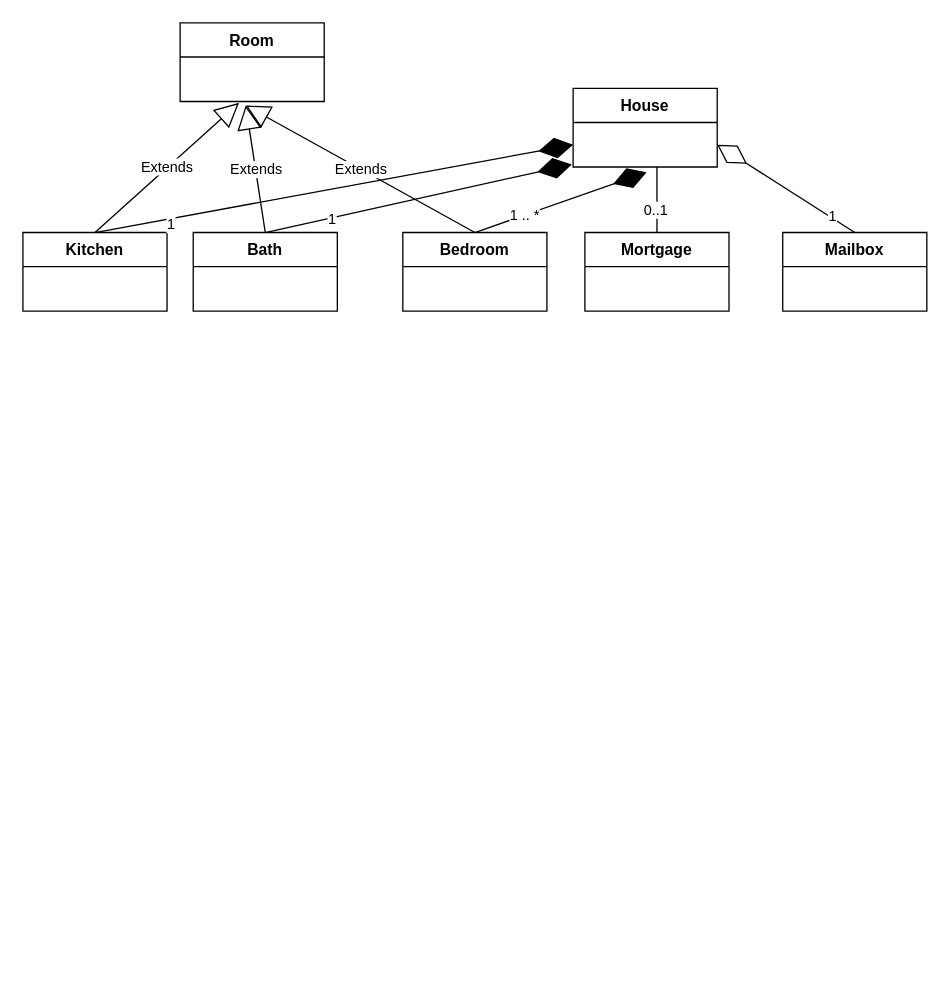
This is page "Page-4" (4 of 6) of Untitled Diagram.drawio from DePaulSE350/DesignPattern, a draw.io file, before an edit. Source tidied: cells renumbered, new cells numbered last; positions are measured from the earlier drawing's top-left corner, leaving out a move shared by most shapes. Both pictures are drawn from the tidied source at 131%, with x=0, y=0 at pixel (22, 22).
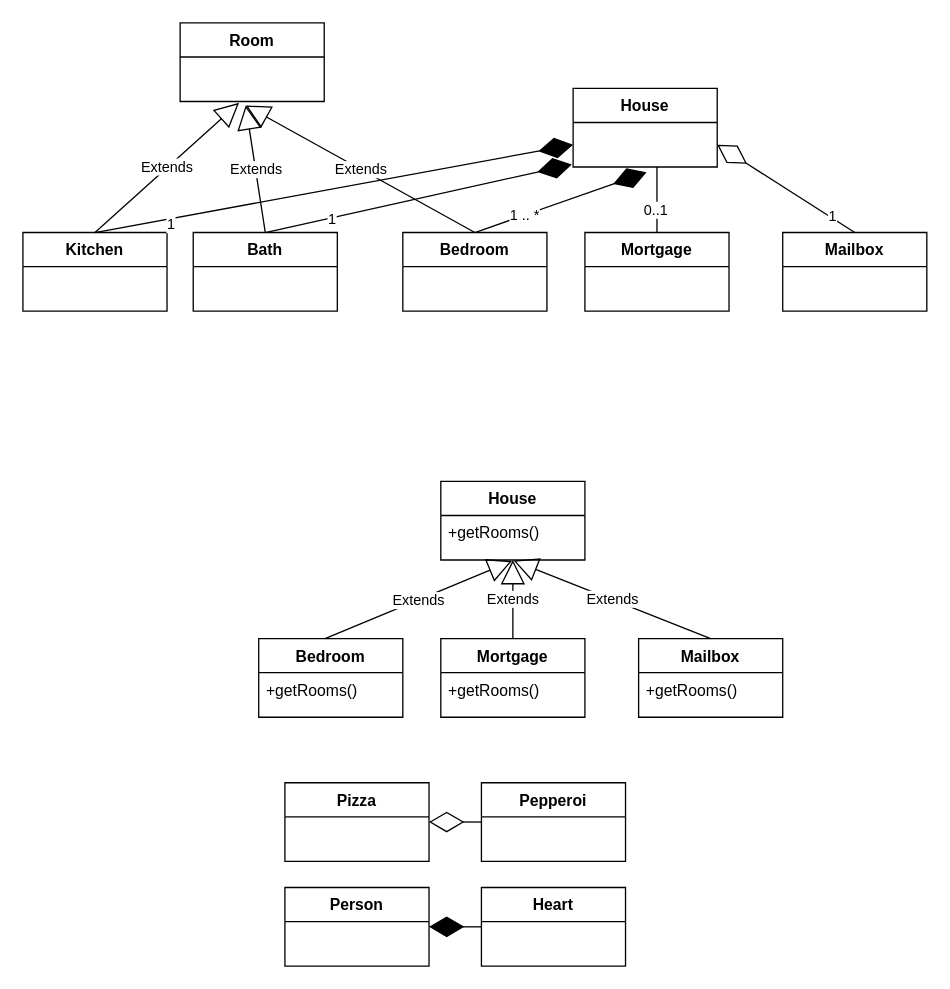
The same diagram, later.

Diff of the diagram source:
```diff
@@
+    <mxCell id="29" value="House" style="swimlane;fontStyle=1;align=center;verticalAlign=top;horizontal=1;startSize=26;whiteSpace=wrap;html=1;" parent="1" vertex="1">
+      <mxGeometry x="319" y="350" width="110" height="60" as="geometry" />
+    </mxCell>
+    <mxCell id="30" value="&lt;div&gt;+getRooms()&lt;/div&gt;" style="text;strokeColor=none;fillColor=none;align=left;verticalAlign=top;spacingLeft=4;spacingRight=4;overflow=hidden;points=[[0,0.5],[1,0.5]];portConstraint=eastwest;whiteSpace=wrap;html=1;" parent="29" vertex="1">
+      <mxGeometry y="26" width="110" height="34" as="geometry" />
+    </mxCell>
+    <mxCell id="31" value="Bedroom" style="swimlane;fontStyle=1;align=center;verticalAlign=top;horizontal=1;startSize=26;whiteSpace=wrap;html=1;" parent="1" vertex="1">
+      <mxGeometry x="180" y="470" width="110" height="60" as="geometry" />
+    </mxCell>
+    <mxCell id="32" value="&lt;div&gt;+getRooms()&lt;/div&gt;" style="text;strokeColor=none;fillColor=none;align=left;verticalAlign=top;spacingLeft=4;spacingRight=4;overflow=hidden;whiteSpace=wrap;html=1;" parent="31" vertex="1">
+      <mxGeometry y="26" width="110" height="34" as="geometry" />
+    </mxCell>
+    <mxCell id="33" value="Mortgage" style="swimlane;fontStyle=1;align=center;verticalAlign=top;horizontal=1;startSize=26;whiteSpace=wrap;html=1;" parent="1" vertex="1">
+      <mxGeometry x="319" y="470" width="110" height="60" as="geometry" />
+    </mxCell>
+    <mxCell id="34" value="&lt;div&gt;+getRooms()&lt;/div&gt;" style="text;strokeColor=none;fillColor=none;align=left;verticalAlign=top;spacingLeft=4;spacingRight=4;overflow=hidden;whiteSpace=wrap;html=1;" parent="33" vertex="1">
+      <mxGeometry y="26" width="110" height="34" as="geometry" />
+    </mxCell>
+    <mxCell id="35" value="Mailbox" style="swimlane;fontStyle=1;align=center;verticalAlign=top;horizontal=1;startSize=26;whiteSpace=wrap;html=1;" parent="1" vertex="1">
+      <mxGeometry x="470" y="470" width="110" height="60" as="geometry" />
+    </mxCell>
+    <mxCell id="36" value="&lt;div&gt;+getRooms()&lt;/div&gt;" style="text;strokeColor=none;fillColor=none;align=left;verticalAlign=top;spacingLeft=4;spacingRight=4;overflow=hidden;whiteSpace=wrap;html=1;" parent="35" vertex="1">
+      <mxGeometry y="26" width="110" height="34" as="geometry" />
+    </mxCell>
+    <mxCell id="37" value="Extends" style="endArrow=block;endSize=16;endFill=0;html=1;rounded=0;exitX=0.5;exitY=0;exitDx=0;exitDy=0;" parent="1" edge="1" source="33" target="30">
+      <mxGeometry relative="1" as="geometry" />
+    </mxCell>
+    <mxCell id="38" value="Extends" style="endArrow=block;endSize=16;endFill=0;html=1;rounded=0;exitX=0.5;exitY=0;exitDx=0;exitDy=0;entryX=0.505;entryY=1.012;entryDx=0;entryDy=0;entryPerimeter=0;" parent="1" edge="1" source="35" target="30">
+      <mxGeometry relative="1" as="geometry" />
+    </mxCell>
+    <mxCell id="39" value="Extends" style="endArrow=block;endSize=16;endFill=0;html=1;rounded=0;exitX=0.46;exitY=0.001;exitDx=0;exitDy=0;exitPerimeter=0;entryX=0.494;entryY=1.022;entryDx=0;entryDy=0;entryPerimeter=0;" parent="1" edge="1" source="31" target="30">
+      <mxGeometry relative="1" as="geometry" />
+    </mxCell>
+    <mxCell id="40" value="Pizza" style="swimlane;fontStyle=1;align=center;verticalAlign=top;horizontal=1;startSize=26;whiteSpace=wrap;html=1;" parent="1" vertex="1">
+      <mxGeometry x="200" y="580" width="110" height="60" as="geometry" />
+    </mxCell>
+    <mxCell id="41" value="Pepperoi" style="swimlane;fontStyle=1;align=center;verticalAlign=top;horizontal=1;startSize=26;whiteSpace=wrap;html=1;" parent="1" vertex="1">
+      <mxGeometry x="350" y="580" width="110" height="60" as="geometry" />
+    </mxCell>
+    <mxCell id="42" style="endArrow=diamondThin;endFill=0;endSize=24;html=1;rounded=0;exitX=0;exitY=0.5;exitDx=0;exitDy=0;" parent="1" edge="1" source="41">
+      <mxGeometry relative="1" as="geometry">
+        <mxPoint x="310" y="610" as="targetPoint" />
+      </mxGeometry>
+    </mxCell>
+    <mxCell id="43" value="Person" style="swimlane;fontStyle=1;align=center;verticalAlign=top;horizontal=1;startSize=26;whiteSpace=wrap;html=1;" parent="1" vertex="1">
+      <mxGeometry x="200" y="660" width="110" height="60" as="geometry" />
+    </mxCell>
+    <mxCell id="44" value="Heart" style="swimlane;fontStyle=1;align=center;verticalAlign=top;horizontal=1;startSize=26;whiteSpace=wrap;html=1;" parent="1" vertex="1">
+      <mxGeometry x="350" y="660" width="110" height="60" as="geometry" />
+    </mxCell>
+    <mxCell id="45" style="endArrow=diamondThin;endFill=1;endSize=24;html=1;rounded=0;entryX=1;entryY=0.5;entryDx=0;entryDy=0;" parent="1" edge="1" target="43">
+      <mxGeometry relative="1" as="geometry">
+        <mxPoint x="350" y="690" as="sourcePoint" />
+      </mxGeometry>
+    </mxCell>
```
